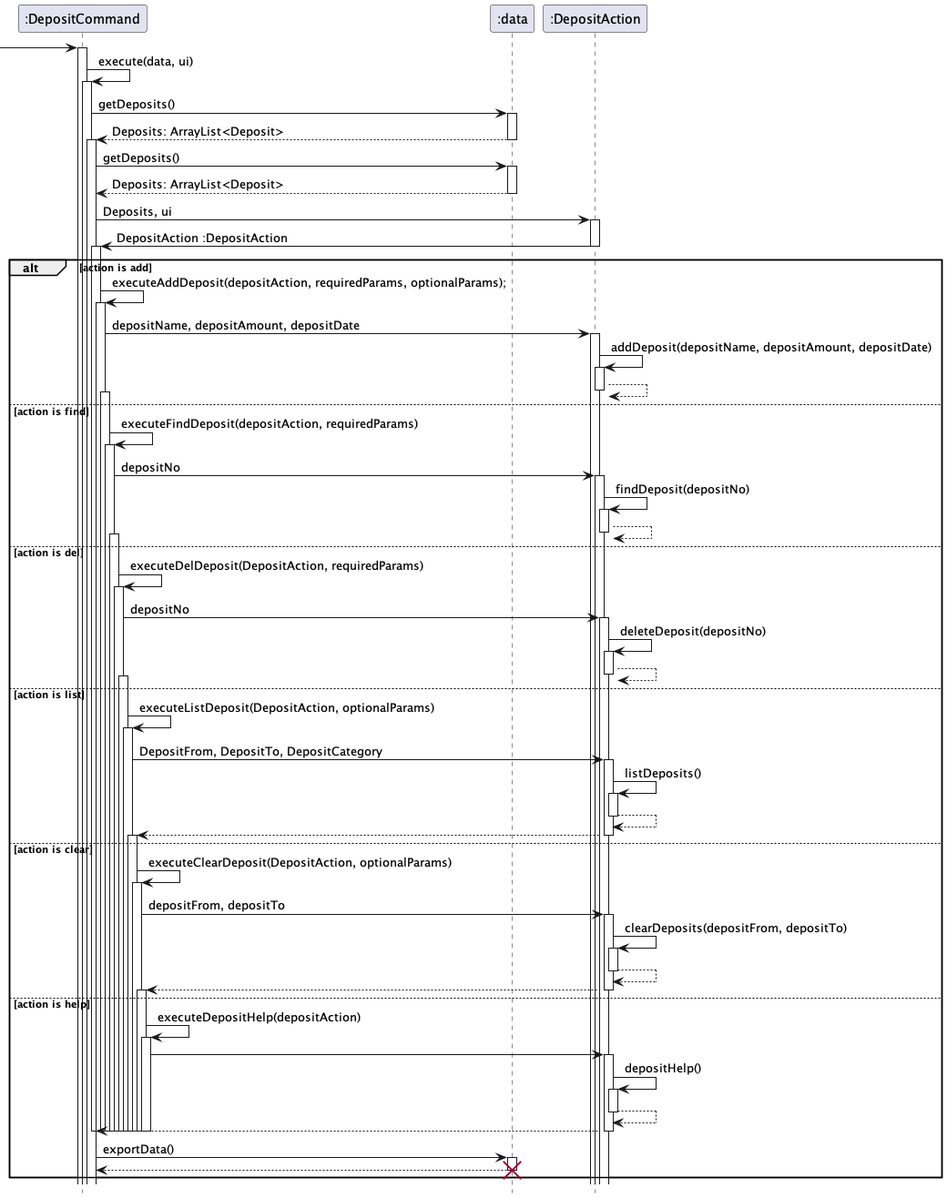
This is docs/images/DepositCommandSequence.png from stephenkyang/tp, a PlantUML export, as it was before one commit. Source of this version:
```plantuml
@startuml

hide footbox

 -> ":DepositCommand":

activate ":DepositCommand"
":DepositCommand" -> ":DepositCommand": execute(data, ui)
activate  ":DepositCommand"
":DepositCommand" -> ":data": getDeposits()
activate ":data"
return Deposits: ArrayList<Deposit>
deactivate ":data"

activate  ":DepositCommand"
":DepositCommand" -> ":data": getDeposits()
activate ":data"
return Deposits: ArrayList<Deposit>



":DepositCommand" -> ":DepositAction" : Deposits, ui
activate ":DepositAction"
":DepositAction" -> ":DepositCommand" : DepositAction :DepositAction
deactivate ":DepositAction"


alt action is add
activate  ":DepositCommand"
":DepositCommand" -> ":DepositCommand": executeAddDeposit(depositAction, requiredParams, optionalParams);
activate ":DepositCommand"

":DepositCommand" -> ":DepositAction" : depositName, depositAmount, depositDate
activate ":DepositAction"
":DepositAction" -> ":DepositAction" : addDeposit(depositName, depositAmount, depositDate)
activate ":DepositAction"
return


else action is find
activate  ":DepositCommand"
":DepositCommand" -> ":DepositCommand": executeFindDeposit(depositAction, requiredParams)
activate ":DepositCommand"
":DepositCommand" -> ":DepositAction" : depositNo
activate ":DepositAction"
":DepositAction" -> ":DepositAction" : findDeposit(depositNo)
activate ":DepositAction"
return


else action is del
activate  ":DepositCommand"
":DepositCommand" -> ":DepositCommand": executeDelDeposit(DepositAction, requiredParams)
activate ":DepositCommand"
":DepositCommand" -> ":DepositAction" : depositNo
activate ":DepositAction"
":DepositAction" -> ":DepositAction" : deleteDeposit(depositNo)
activate ":DepositAction"
return

else action is list
activate  ":DepositCommand"
":DepositCommand" -> ":DepositCommand": executeListDeposit(DepositAction, optionalParams)
activate ":DepositCommand"
":DepositCommand" -> ":DepositAction" : DepositFrom, DepositTo, DepositCategory
activate ":DepositAction"
":DepositAction" -> ":DepositAction" : listDeposits()
activate ":DepositAction"
return
return


else action is clear
activate  ":DepositCommand"
":DepositCommand" -> ":DepositCommand": executeClearDeposit(DepositAction, optionalParams)
activate ":DepositCommand"
":DepositCommand" -> ":DepositAction" : depositFrom, depositTo
activate ":DepositAction"
":DepositAction" -> ":DepositAction" : clearDeposits(depositFrom, depositTo)
activate ":DepositAction"
return
return


else action is help
activate  ":DepositCommand"
":DepositCommand" -> ":DepositCommand": executeDepositHelp(depositAction)
activate ":DepositCommand"
":DepositCommand" -> ":DepositAction"
activate ":DepositAction"
":DepositAction" -> ":DepositAction" : depositHelp()
activate ":DepositAction"
return
return


deactivate ":DepositCommand"
deactivate ":DepositCommand"
deactivate ":DepositCommand"
deactivate ":DepositCommand"
deactivate ":DepositCommand"
deactivate ":DepositCommand"
deactivate ":DepositCommand"
deactivate ":DepositCommand"
deactivate ":DepositCommand"
deactivate ":DepositCommand"
deactivate ":DepositCommand"
deactivate ":DepositCommand"


":DepositCommand" -> ":data": exportData()
activate ":data"
return

deactivate ":data"
destroy ":data"


end



@enduml
```
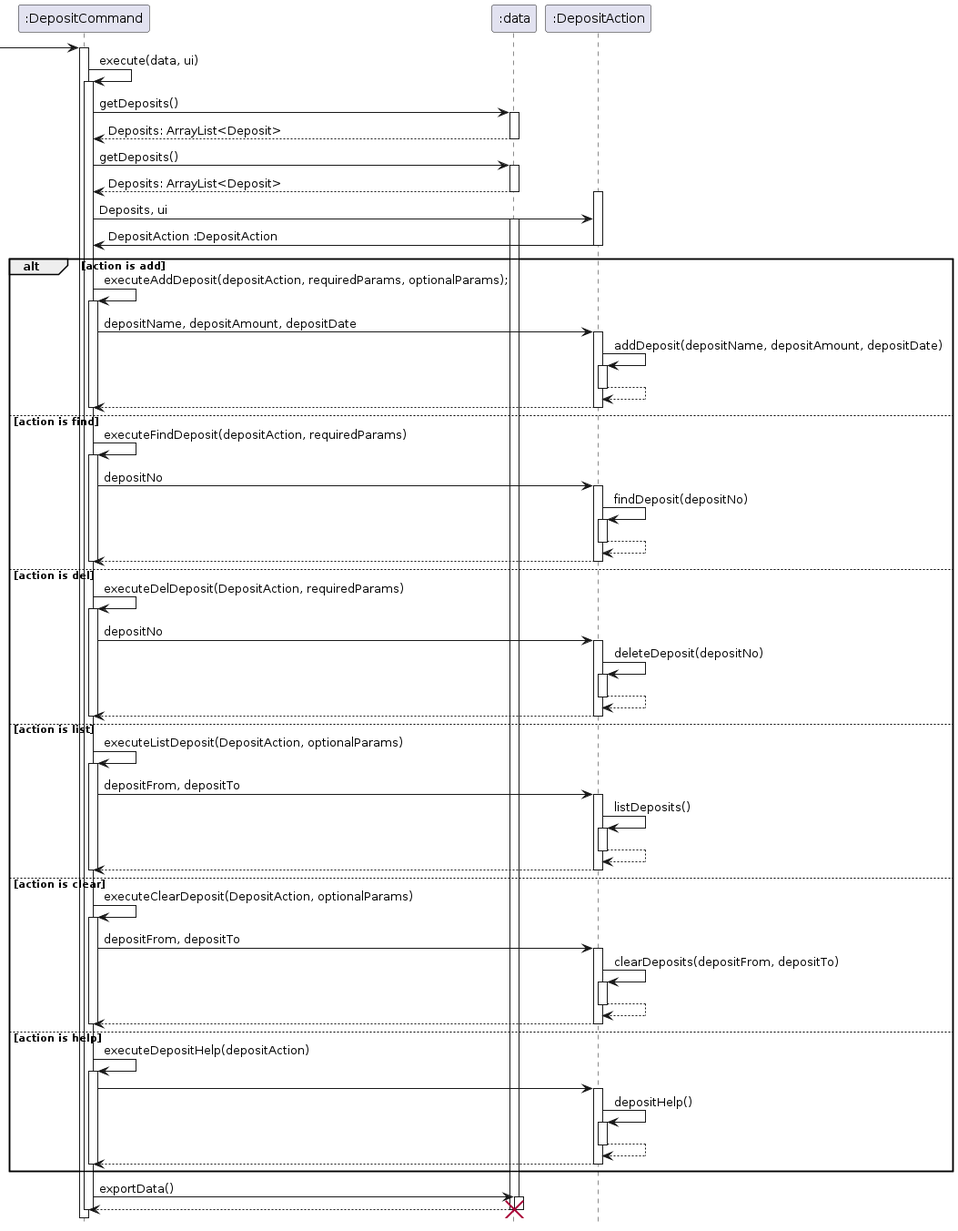
The same diagram one commit later.

Change to the diagram source:
```diff
@@ -8,70 +8,81 @@
 ":DepositCommand" -> ":DepositCommand": execute(data, ui)
 activate  ":DepositCommand"
 ":DepositCommand" -> ":data": getDeposits()
+
 activate ":data"
 return Deposits: ArrayList<Deposit>
 deactivate ":data"
 
-activate  ":DepositCommand"
 ":DepositCommand" -> ":data": getDeposits()
+
 activate ":data"
 return Deposits: ArrayList<Deposit>
 
 
-
+activate ":DepositAction"
 ":DepositCommand" -> ":DepositAction" : Deposits, ui
-activate ":DepositAction"
+activate ":data"
 ":DepositAction" -> ":DepositCommand" : DepositAction :DepositAction
 deactivate ":DepositAction"
 
 
 alt action is add
-activate  ":DepositCommand"
 ":DepositCommand" -> ":DepositCommand": executeAddDeposit(depositAction, requiredParams, optionalParams);
 activate ":DepositCommand"
-
 ":DepositCommand" -> ":DepositAction" : depositName, depositAmount, depositDate
 activate ":DepositAction"
 ":DepositAction" -> ":DepositAction" : addDeposit(depositName, depositAmount, depositDate)
 activate ":DepositAction"
+
 return
+return
+
+deactivate ":DepositCommand"
 
 
 else action is find
-activate  ":DepositCommand"
 ":DepositCommand" -> ":DepositCommand": executeFindDeposit(depositAction, requiredParams)
+
 activate ":DepositCommand"
 ":DepositCommand" -> ":DepositAction" : depositNo
 activate ":DepositAction"
 ":DepositAction" -> ":DepositAction" : findDeposit(depositNo)
 activate ":DepositAction"
+
 return
+return
+
+deactivate ":DepositCommand"
 
 
 else action is del
-activate  ":DepositCommand"
 ":DepositCommand" -> ":DepositCommand": executeDelDeposit(DepositAction, requiredParams)
 activate ":DepositCommand"
 ":DepositCommand" -> ":DepositAction" : depositNo
 activate ":DepositAction"
 ":DepositAction" -> ":DepositAction" : deleteDeposit(depositNo)
 activate ":DepositAction"
+
+return
 return
 
+deactivate ":DepositCommand"
+
 else action is list
-activate  ":DepositCommand"
+
 ":DepositCommand" -> ":DepositCommand": executeListDeposit(DepositAction, optionalParams)
 activate ":DepositCommand"
-":DepositCommand" -> ":DepositAction" : DepositFrom, DepositTo, DepositCategory
+":DepositCommand" -> ":DepositAction" : depositFrom, depositTo
 activate ":DepositAction"
 ":DepositAction" -> ":DepositAction" : listDeposits()
 activate ":DepositAction"
+
 return
 return
 
+deactivate ":DepositCommand"
 
 else action is clear
-activate  ":DepositCommand"
 ":DepositCommand" -> ":DepositCommand": executeClearDeposit(DepositAction, optionalParams)
 activate ":DepositCommand"
 ":DepositCommand" -> ":DepositAction" : depositFrom, depositTo
@@ -81,9 +92,9 @@
 return
 return
 
+deactivate ":DepositCommand"
 
 else action is help
-activate  ":DepositCommand"
 ":DepositCommand" -> ":DepositCommand": executeDepositHelp(depositAction)
 activate ":DepositCommand"
 ":DepositCommand" -> ":DepositAction"
@@ -95,19 +106,10 @@
 
 
 deactivate ":DepositCommand"
-deactivate ":DepositCommand"
-deactivate ":DepositCommand"
-deactivate ":DepositCommand"
-deactivate ":DepositCommand"
-deactivate ":DepositCommand"
-deactivate ":DepositCommand"
-deactivate ":DepositCommand"
-deactivate ":DepositCommand"
-deactivate ":DepositCommand"
-deactivate ":DepositCommand"
-deactivate ":DepositCommand"
 
 
+
+end
 ":DepositCommand" -> ":data": exportData()
 activate ":data"
 return
@@ -115,8 +117,9 @@
 deactivate ":data"
 destroy ":data"
 
+deactivate ":data"
+deactivate ":DepositCommand"
 
-end
 
 
 
```
